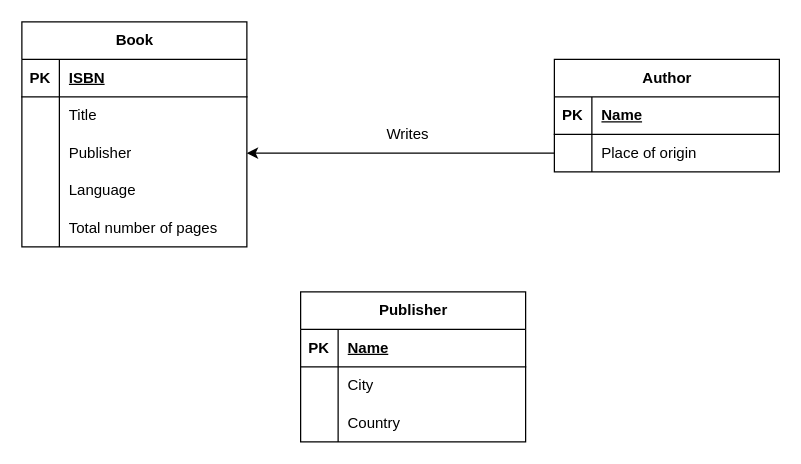
Above: page "2" (2 of 2) of Untitled Diagram.drawio in Harshitha73/DBMS (draw.io), before the change. Source tidied: cells renumbered, new cells numbered last; positions are measured from the earlier drawing's top-left corner, leaving out a move shared by most shapes. Both pictures are drawn from the tidied source at 125%, with x=0, y=0 at pixel (21, 21).
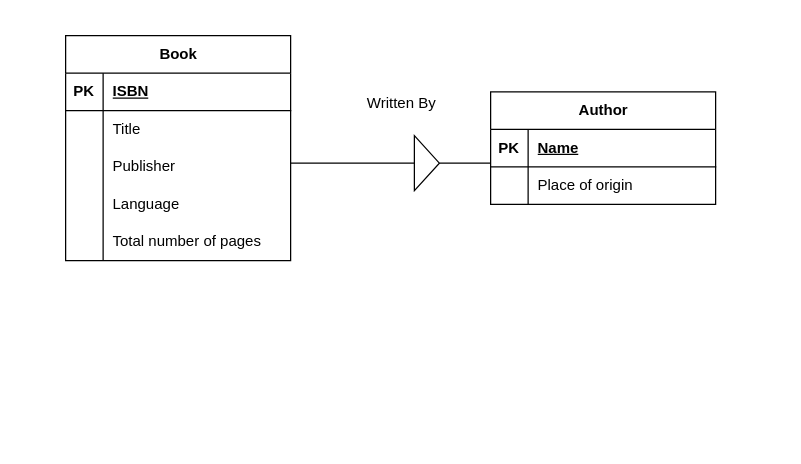
The same page after the edit.

Unchanged cells that the change refers to:
```xml
<mxCell id="9" style="shape=tableRow;horizontal=0;startSize=0;swimlaneHead=0;swimlaneBody=0;fillColor=none;points=[[0,0.5],[1,0.5]];portConstraint=eastwest;top=0;left=0;right=0;bottom=0;strokeColor=default;fontFamily=Helvetica;fontSize=12;fontColor=default;html=1;" parent="2" vertex="1">
  <mxGeometry y="90" width="180" height="30" as="geometry" />
</mxCell>
<mxCell id="22" style="shape=tableRow;horizontal=0;startSize=0;swimlaneHead=0;swimlaneBody=0;fillColor=none;points=[[0,0.5],[1,0.5]];portConstraint=eastwest;top=0;left=0;right=0;bottom=0;strokeColor=default;fontFamily=Helvetica;fontSize=12;fontColor=default;html=1;" parent="18" vertex="1">
  <mxGeometry y="60" width="180" height="30" as="geometry" />
</mxCell>
```

What changed in the source:
```diff
@@
     <mxCell id="2" value="Book" style="shape=table;startSize=30;childLayout=tableLayout;rowLines=0;fontStyle=1;align=center;html=1;strokeColor=default;fontFamily=Helvetica;fontSize=12;fontColor=default;fillColor=default;" parent="1" vertex="1">
-      <mxGeometry width="180" height="180" as="geometry" />
+      <mxGeometry x="35" y="11" width="180" height="180" as="geometry" />
     </mxCell>
@@
     <mxCell id="18" value="Author" style="shape=table;startSize=30;childLayout=tableLayout;rowLines=0;fontStyle=1;align=center;html=1;strokeColor=default;fontFamily=Helvetica;fontSize=12;fontColor=default;fillColor=default;" parent="1" vertex="1">
-      <mxGeometry x="426" y="30" width="180" height="90" as="geometry" />
+      <mxGeometry x="375" y="56" width="180" height="90" as="geometry" />
     </mxCell>
@@
-    <mxCell id="25" value="Publisher" style="shape=table;startSize=30;childLayout=tableLayout;rowLines=0;fontStyle=1;align=center;html=1;" parent="1" vertex="1">
-      <mxGeometry x="223" y="216" width="180" height="120" as="geometry" />
-    </mxCell>
-    <mxCell id="26" style="shape=tableRow;horizontal=0;startSize=0;swimlaneHead=0;swimlaneBody=0;fillColor=none;top=0;left=0;right=0;bottom=1;" parent="25" vertex="1">
-      <mxGeometry y="30" width="180" height="30" as="geometry" />
-    </mxCell>
-    <mxCell id="27" value="PK" style="shape=partialRectangle;fillColor=none;top=0;left=0;bottom=0;right=0;fontStyle=1;overflow=hidden;whiteSpace=wrap;html=1;" parent="26" vertex="1">
-      <mxGeometry width="30" height="30" as="geometry" />
-    </mxCell>
-    <mxCell id="28" value="Name" style="shape=partialRectangle;fillColor=none;top=0;left=0;bottom=0;right=0;align=left;spacingLeft=6;fontStyle=5;overflow=hidden;whiteSpace=wrap;html=1;" parent="26" vertex="1">
-      <mxGeometry x="30" width="150" height="30" as="geometry" />
-    </mxCell>
-    <mxCell id="29" style="shape=tableRow;horizontal=0;startSize=0;swimlaneHead=0;swimlaneBody=0;fillColor=none;top=0;left=0;right=0;bottom=0;" parent="25" vertex="1">
-      <mxGeometry y="60" width="180" height="30" as="geometry" />
-    </mxCell>
-    <mxCell id="30" style="shape=partialRectangle;fillColor=none;top=0;left=0;bottom=0;right=0;overflow=hidden;whiteSpace=wrap;html=1;" parent="29" vertex="1">
-      <mxGeometry width="30" height="30" as="geometry" />
-    </mxCell>
-    <mxCell id="31" value="City" style="shape=partialRectangle;fillColor=none;top=0;left=0;bottom=0;right=0;align=left;spacingLeft=6;overflow=hidden;whiteSpace=wrap;html=1;" parent="29" vertex="1">
-      <mxGeometry x="30" width="150" height="30" as="geometry" />
-    </mxCell>
-    <mxCell id="32" style="shape=tableRow;horizontal=0;startSize=0;swimlaneHead=0;swimlaneBody=0;fillColor=none;top=0;left=0;right=0;bottom=0;" parent="25" vertex="1">
-      <mxGeometry y="90" width="180" height="30" as="geometry" />
-    </mxCell>
-    <mxCell id="33" style="shape=partialRectangle;fillColor=none;top=0;left=0;bottom=0;right=0;overflow=hidden;whiteSpace=wrap;html=1;" parent="32" vertex="1">
-      <mxGeometry width="30" height="30" as="geometry" />
-    </mxCell>
-    <mxCell id="34" value="Country" style="shape=partialRectangle;fillColor=none;top=0;left=0;bottom=0;right=0;align=left;spacingLeft=6;overflow=hidden;whiteSpace=wrap;html=1;" parent="32" vertex="1">
-      <mxGeometry x="30" width="150" height="30" as="geometry" />
-    </mxCell>
-    <mxCell id="35" value="Writes" style="text;html=1;strokeColor=none;fillColor=none;align=center;verticalAlign=middle;whiteSpace=wrap;rounded=0;" parent="1" vertex="1">
-      <mxGeometry x="279" y="75" width="60" height="30" as="geometry" />
-    </mxCell>
-    <mxCell id="36" style="edgeStyle=orthogonalEdgeStyle;rounded=0;jettySize=auto;html=1;entryX=1;entryY=0.5;entryDx=0;entryDy=0;" parent="1" edge="1" source="22" target="9">
-      <mxGeometry relative="1" as="geometry" />
-    </mxCell>
+    <mxCell id="37" style="endArrow=none;html=1;rounded=0;" parent="1" edge="1" source="39">
+      <mxGeometry relative="1" as="geometry">
+        <mxPoint x="375" y="113" as="targetPoint" />
+      </mxGeometry>
+    </mxCell>
+    <mxCell id="38" style="endArrow=none;html=1;rounded=0;" parent="1" edge="1" target="39">
+      <mxGeometry relative="1" as="geometry">
+        <mxPoint x="215" y="113" as="sourcePoint" />
+      </mxGeometry>
+    </mxCell>
+    <mxCell id="39" style="triangle;whiteSpace=wrap;html=1;" parent="1" vertex="1">
+      <mxGeometry x="314" y="91" width="20" height="44" as="geometry" />
+    </mxCell>
+    <mxCell id="40" value="Written By" style="text;html=1;strokeColor=none;fillColor=none;align=center;verticalAlign=middle;whiteSpace=wrap;rounded=0;" parent="1" vertex="1">
+      <mxGeometry x="274" y="50" width="60" height="30" as="geometry" />
+    </mxCell>
```
